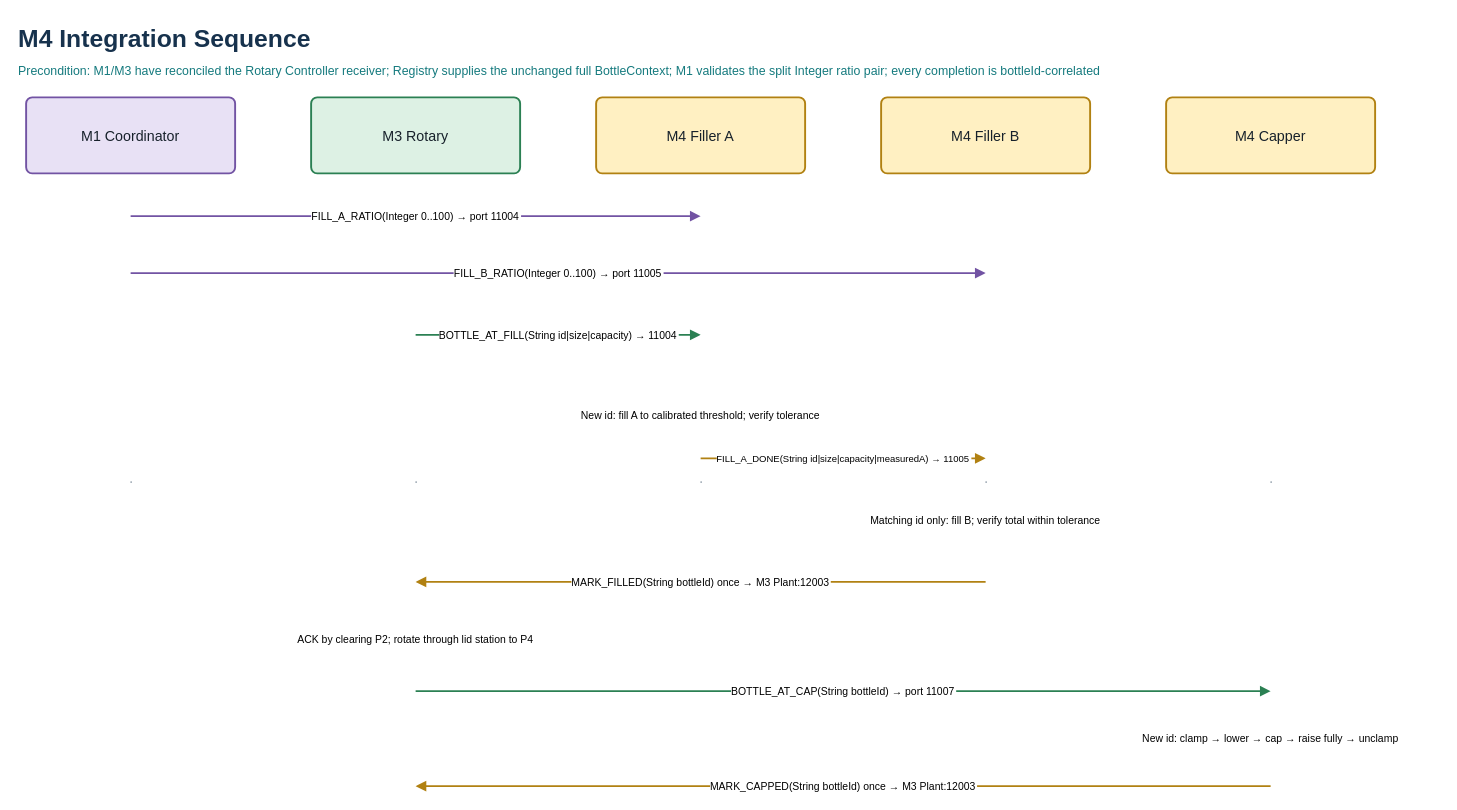
This is page "7 M4 Integration Sequence" (7 of 7) of docs/COMPSYS704_M4_Diagrams.drawio from solomonyeUOA/COMPSYS704_Project1, a draw.io file, before an edit. Source tidied: cells renumbered, new cells numbered last; positions are measured from the earlier drawing's top-left corner, leaving out a move shared by most shapes. Both pictures are drawn from the tidied source at 95%, with x=0, y=0 at pixel (16, 16).
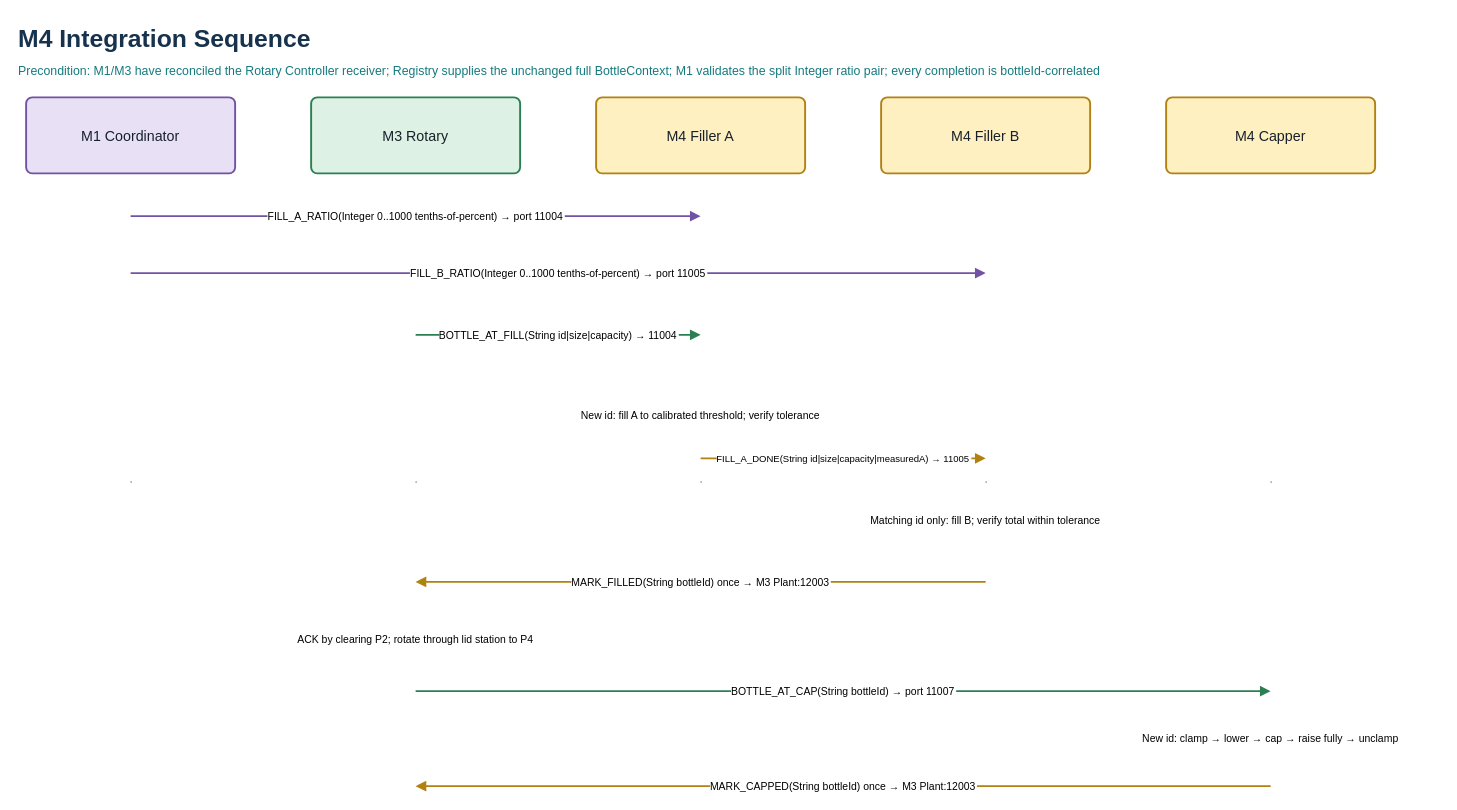
The same page after the edit.

The edit, as a diff of the source:
```diff
@@
-    <mxCell id="14" value="FILL_A_RATIO(Integer 0..100) → port 11004" style="edgeStyle=orthogonalEdgeStyle;rounded=0;html=0;strokeColor=#7253A3;strokeWidth=2;endArrow=block;endFill=1;fontSize=11;labelBackgroundColor=#FFFFFF;" parent="1" edge="1">
+    <mxCell id="14" value="FILL_A_RATIO(Integer 0..1000 tenths-of-percent) → port 11004" style="edgeStyle=orthogonalEdgeStyle;rounded=0;html=0;strokeColor=#7253A3;strokeWidth=2;endArrow=block;endFill=1;fontSize=11;labelBackgroundColor=#FFFFFF;" parent="1" edge="1">
       <mxGeometry relative="1" as="geometry">
         <mxPoint x="120" y="210" as="sourcePoint" />
         <mxPoint x="720" y="210" as="targetPoint" />
       </mxGeometry>
     </mxCell>
-    <mxCell id="15" value="FILL_B_RATIO(Integer 0..100) → port 11005" style="edgeStyle=orthogonalEdgeStyle;rounded=0;html=0;strokeColor=#7253A3;strokeWidth=2;endArrow=block;endFill=1;fontSize=11;labelBackgroundColor=#FFFFFF;" parent="1" edge="1">
+    <mxCell id="15" value="FILL_B_RATIO(Integer 0..1000 tenths-of-percent) → port 11005" style="edgeStyle=orthogonalEdgeStyle;rounded=0;html=0;strokeColor=#7253A3;strokeWidth=2;endArrow=block;endFill=1;fontSize=11;labelBackgroundColor=#FFFFFF;" parent="1" edge="1">
       <mxGeometry relative="1" as="geometry">
         <mxPoint x="120" y="270" as="sourcePoint" />
         <mxPoint x="1020" y="270" as="targetPoint" />
       </mxGeometry>
     </mxCell>
```
